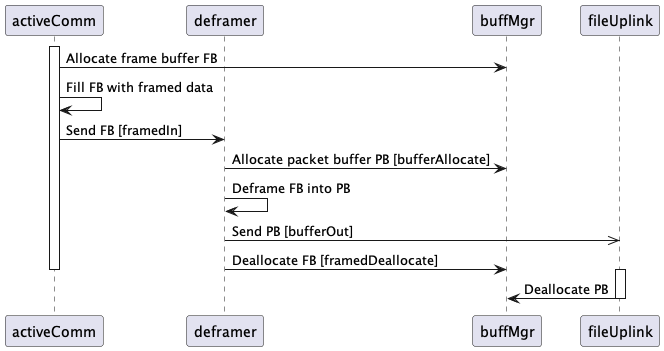
Before: Svc/Deframer/docs/img/sequence-diagrams/active-file-packet.png, a diagram exported from PlantUML (nasa/fprime).
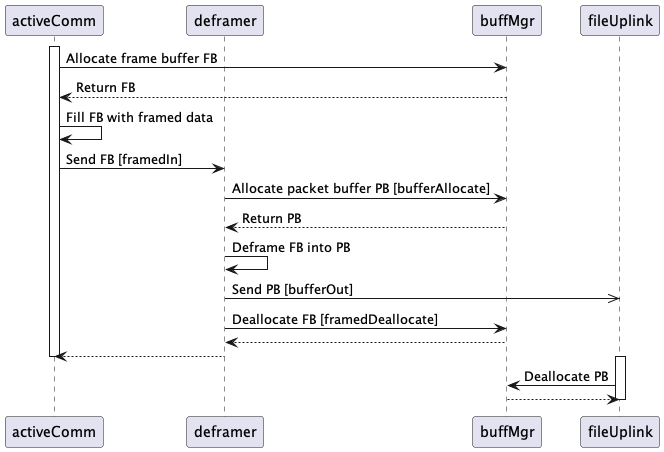
After the commit.

Commit message:
Revise Deframer SDD

Diff of the diagram source:
```diff
@@ -8,18 +8,27 @@
 activate activeComm
 
 activeComm -> buffMgr: Allocate frame buffer FB
+buffMgr --> activeComm: Return FB
+
 activeComm -> activeComm: Fill FB with framed data
 activeComm -> deframer: Send FB [framedIn]
 
 deframer -> buffMgr: Allocate packet buffer PB [bufferAllocate]
+buffMgr --> deframer: Return PB
+
 deframer -> deframer: Deframe FB into PB
 deframer ->> fileUplink: Send PB [bufferOut]
+
 deframer -> buffMgr: Deallocate FB [framedDeallocate]
+buffMgr --> deframer
+
+deframer --> activeComm
 
 deactivate activeComm
 
 activate fileUplink
 fileUplink -> buffMgr: Deallocate PB
+buffMgr --> fileUplink
 deactivate fileUplink
 
 @enduml
```
